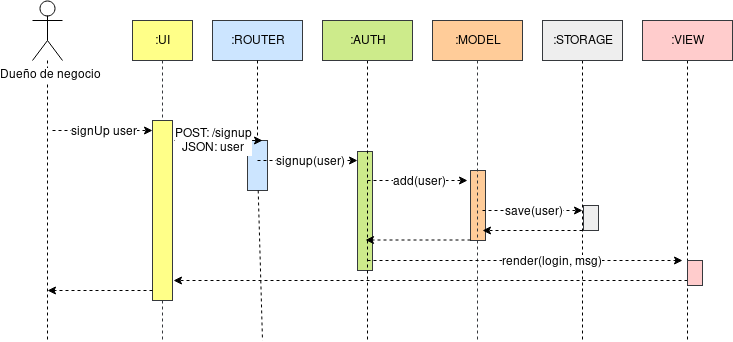
The draw.io diagram diagrams/Sequence-PostSignUp.png in cs2901/yape-bcp-project-yapepoints, before a commit. Source tidied: cells renumbered, new cells last; positions are measured from the earlier drawing's top-left corner, leaving out a move shared by most shapes.
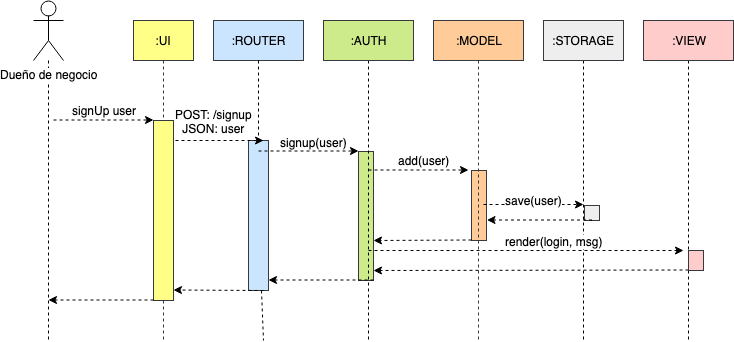
The same file after the commit.

Commit message:
Corrected sequence diagrams

The edit, as a diff of the source:
```diff
@@ -3,16 +3,16 @@
     <mxCell id="0" />
     <mxCell id="1" parent="0" />
     <mxCell id="2" style="rounded=0;whiteSpace=wrap;html=1;fillColor=#eeeeee;strokeColor=#36393d;" parent="1" vertex="1">
-      <mxGeometry x="551" y="205" width="15" height="25" as="geometry" />
+      <mxGeometry x="551" y="205" width="15" height="15" as="geometry" />
     </mxCell>
     <mxCell id="3" style="rounded=0;whiteSpace=wrap;html=1;fillColor=#ffcc99;strokeColor=#36393d;" parent="1" vertex="1">
       <mxGeometry x="438" y="170" width="15" height="70" as="geometry" />
     </mxCell>
     <mxCell id="4" style="rounded=0;whiteSpace=wrap;html=1;fillColor=#cdeb8b;strokeColor=#36393d;" parent="1" vertex="1">
-      <mxGeometry x="325" y="151" width="15" height="119" as="geometry" />
+      <mxGeometry x="325" y="151" width="15" height="129" as="geometry" />
     </mxCell>
     <mxCell id="5" style="rounded=0;whiteSpace=wrap;html=1;fillColor=#cce5ff;strokeColor=#36393d;" parent="1" vertex="1">
-      <mxGeometry x="215" y="140" width="20" height="50" as="geometry" />
+      <mxGeometry x="215" y="140" width="20" height="150" as="geometry" />
     </mxCell>
     <mxCell id="6" style="edgeStyle=none;rounded=0;jettySize=auto;html=1;dashed=1;endArrow=none;endFill=0;" parent="1" edge="1" source="7">
       <mxGeometry relative="1" as="geometry">
@@ -67,13 +67,13 @@
     </mxCell>
     <mxCell id="19" style="endArrow=classic;html=1;dashed=1;" parent="1" edge="1">
       <mxGeometry relative="1" as="geometry">
-        <mxPoint x="20" y="130" as="sourcePoint" />
-        <mxPoint x="120" y="130" as="targetPoint" />
+        <mxPoint x="20" y="119.5" as="sourcePoint" />
+        <mxPoint x="120" y="119.5" as="targetPoint" />
       </mxGeometry>
     </mxCell>
     <mxCell id="20" value="signUp user" style="text;html=1;align=center;verticalAlign=middle;labelBackgroundColor=#ffffff;" parent="19" vertex="1">
       <mxGeometry x="0.22" y="-1" relative="1" as="geometry">
-        <mxPoint x="-11" y="-1" as="offset" />
+        <mxPoint x="-11" y="-11" as="offset" />
       </mxGeometry>
     </mxCell>
     <mxCell id="21" style="endArrow=classic;html=1;dashed=1;" parent="1" edge="1">
@@ -84,68 +84,63 @@
     </mxCell>
     <mxCell id="22" value="&lt;div&gt;POST: /signup&lt;/div&gt;&lt;div&gt;JSON: user&lt;br&gt;&lt;/div&gt;" style="text;html=1;align=center;verticalAlign=middle;labelBackgroundColor=#ffffff;" parent="21" vertex="1">
       <mxGeometry x="0.22" y="-1" relative="1" as="geometry">
-        <mxPoint x="-11" y="-1" as="offset" />
+        <mxPoint x="-11" y="-21" as="offset" />
       </mxGeometry>
     </mxCell>
     <mxCell id="23" style="endArrow=classic;html=1;dashed=1;" parent="1" edge="1">
       <mxGeometry relative="1" as="geometry">
-        <mxPoint x="225" y="160" as="sourcePoint" />
-        <mxPoint x="325" y="160" as="targetPoint" />
+        <mxPoint x="225" y="150.5" as="sourcePoint" />
+        <mxPoint x="325" y="150.5" as="targetPoint" />
       </mxGeometry>
     </mxCell>
     <mxCell id="24" value="signup(user)" style="text;html=1;align=center;verticalAlign=middle;labelBackgroundColor=#ffffff;" parent="23" vertex="1">
       <mxGeometry x="0.22" y="-1" relative="1" as="geometry">
-        <mxPoint x="-11" y="-1" as="offset" />
+        <mxPoint x="-6" y="-10" as="offset" />
       </mxGeometry>
     </mxCell>
     <mxCell id="25" style="endArrow=classic;html=1;dashed=1;" parent="1" edge="1">
       <mxGeometry relative="1" as="geometry">
-        <mxPoint x="335" y="180" as="sourcePoint" />
-        <mxPoint x="435" y="180" as="targetPoint" />
+        <mxPoint x="335" y="169.5" as="sourcePoint" />
+        <mxPoint x="435" y="169.5" as="targetPoint" />
       </mxGeometry>
     </mxCell>
     <mxCell id="26" value="add(user)" style="text;html=1;align=center;verticalAlign=middle;labelBackgroundColor=#ffffff;" parent="25" vertex="1">
       <mxGeometry x="0.22" y="-1" relative="1" as="geometry">
-        <mxPoint x="-11" y="-1" as="offset" />
+        <mxPoint x="-6" y="-11" as="offset" />
       </mxGeometry>
     </mxCell>
     <mxCell id="27" style="endArrow=classic;html=1;dashed=1;" parent="1" edge="1">
       <mxGeometry relative="1" as="geometry">
-        <mxPoint x="450" y="210" as="sourcePoint" />
-        <mxPoint x="550" y="210" as="targetPoint" />
+        <mxPoint x="450" y="204" as="sourcePoint" />
+        <mxPoint x="550" y="204" as="targetPoint" />
       </mxGeometry>
     </mxCell>
     <mxCell id="28" value="save(user)" style="text;html=1;align=center;verticalAlign=middle;labelBackgroundColor=#ffffff;" parent="27" vertex="1">
       <mxGeometry x="0.22" y="-1" relative="1" as="geometry">
-        <mxPoint x="-11" y="-1" as="offset" />
+        <mxPoint x="-11" y="-6" as="offset" />
       </mxGeometry>
     </mxCell>
     <mxCell id="29" style="endArrow=classic;html=1;dashed=1;" parent="1" edge="1">
       <mxGeometry relative="1" as="geometry">
-        <mxPoint x="335" y="260" as="sourcePoint" />
-        <mxPoint x="650" y="260" as="targetPoint" />
+        <mxPoint x="335" y="250" as="sourcePoint" />
+        <mxPoint x="650" y="250" as="targetPoint" />
       </mxGeometry>
     </mxCell>
     <mxCell id="30" value="render(login, msg)" style="text;html=1;align=center;verticalAlign=middle;labelBackgroundColor=#ffffff;" parent="29" vertex="1">
       <mxGeometry x="0.22" y="-1" relative="1" as="geometry">
-        <mxPoint x="-11" y="-1" as="offset" />
+        <mxPoint x="-7" y="-11" as="offset" />
       </mxGeometry>
     </mxCell>
-    <mxCell id="31" style="endArrow=classic;html=1;dashed=1;entryX=0.8;entryY=0.857;entryDx=0;entryDy=0;entryPerimeter=0;" parent="1" edge="1" target="3">
-      <mxGeometry relative="1" as="geometry">
-        <mxPoint x="550" y="230" as="sourcePoint" />
-      </mxGeometry>
-    </mxCell>
     <mxCell id="32" style="endArrow=classic;html=1;dashed=1;" parent="1" edge="1">
       <mxGeometry relative="1" as="geometry">
-        <mxPoint x="655" y="280" as="sourcePoint" />
-        <mxPoint x="141" y="280" as="targetPoint" />
+        <mxPoint x="655" y="269.5" as="sourcePoint" />
+        <mxPoint x="340" y="270" as="targetPoint" />
       </mxGeometry>
     </mxCell>
     <mxCell id="33" style="endArrow=classic;html=1;dashed=1;" parent="1" edge="1">
       <mxGeometry relative="1" as="geometry">
         <mxPoint x="438" y="239.5" as="sourcePoint" />
-        <mxPoint x="333" y="239.5" as="targetPoint" />
+        <mxPoint x="340" y="240" as="targetPoint" />
       </mxGeometry>
     </mxCell>
     <mxCell id="34" style="edgeStyle=none;rounded=0;jettySize=auto;html=1;dashed=1;endArrow=none;endFill=0;" parent="1" edge="1" source="10" target="5">
@@ -160,13 +155,31 @@
       <mxGeometry x="120" y="120" width="20" height="180" as="geometry" />
     </mxCell>
     <mxCell id="37" style="rounded=0;whiteSpace=wrap;html=1;fillColor=#ffcccc;strokeColor=#36393d;" parent="1" vertex="1">
-      <mxGeometry x="655" y="260" width="15" height="25" as="geometry" />
+      <mxGeometry x="655" y="250" width="15" height="20" as="geometry" />
     </mxCell>
     <mxCell id="38" style="endArrow=classic;html=1;dashed=1;" parent="1" edge="1">
       <mxGeometry relative="1" as="geometry">
-        <mxPoint x="120" y="290" as="sourcePoint" />
-        <mxPoint x="15" y="290" as="targetPoint" />
+        <mxPoint x="120" y="299.5" as="sourcePoint" />
+        <mxPoint x="15" y="299.5" as="targetPoint" />
       </mxGeometry>
     </mxCell>
+    <mxCell id="39" style="endArrow=classic;html=1;dashed=1;" parent="1" edge="1">
+      <mxGeometry relative="1" as="geometry">
+        <mxPoint x="340" y="279.5" as="sourcePoint" />
+        <mxPoint x="235" y="279.5" as="targetPoint" />
+      </mxGeometry>
+    </mxCell>
+    <mxCell id="40" style="endArrow=classic;html=1;dashed=1;" parent="1" edge="1">
+      <mxGeometry relative="1" as="geometry">
+        <mxPoint x="230" y="290" as="sourcePoint" />
+        <mxPoint x="140" y="289.5" as="targetPoint" />
+      </mxGeometry>
+    </mxCell>
+    <mxCell id="41" style="endArrow=classic;html=1;dashed=1;" parent="1" edge="1">
+      <mxGeometry relative="1" as="geometry">
+        <mxPoint x="558.5" y="219.5" as="sourcePoint" />
+        <mxPoint x="453.5" y="219.5" as="targetPoint" />
+      </mxGeometry>
+    </mxCell>
   </root>
 </mxGraphModel>
```
